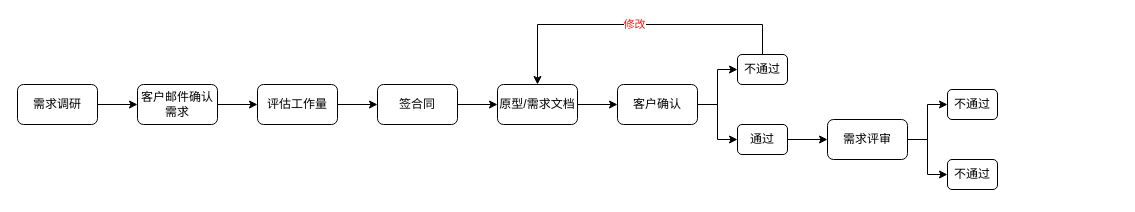
ammengke/my-drawio keeps this draw.io diagram as 需求评审流程.drawio. Above is the earlier version. Source tidied: cells renumbered, new cells numbered last; positions are measured from the earlier drawing's top-left corner, leaving out a move shared by most shapes. Both pictures are drawn from the tidied source at 100%, with x=0, y=0 at pixel (17, 24).
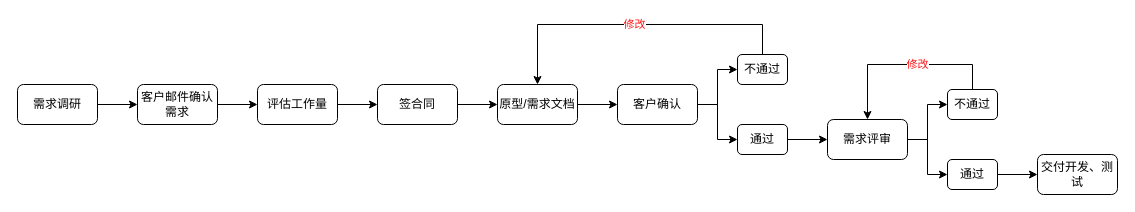
Above is the later version.

Commit message (it also covers changes not shown here):
Update 需求评审流程.drawio

The change refers to these unchanged cells:
```xml
<mxCell id="21" value="需求评审" style="rounded=1;whiteSpace=wrap;html=1;" parent="1" vertex="1">
  <mxGeometry x="810" y="95" width="80" height="40" as="geometry" />
</mxCell>
<mxCell id="22" value="不通过" style="rounded=1;whiteSpace=wrap;html=1;" parent="1" vertex="1">
  <mxGeometry x="930" y="65" width="50" height="30" as="geometry" />
</mxCell>
```

What changed in the source:
```diff
@@
+    <mxCell id="24" value="修改" style="edgeStyle=orthogonalEdgeStyle;rounded=0;jettySize=auto;html=1;entryX=0.5;entryY=0;entryDx=0;entryDy=0;fontColor=#FF1717;" parent="1" edge="1" source="22" target="21">
+      <mxGeometry x="-0.14" relative="1" as="geometry">
+        <Array as="points">
+          <mxPoint x="955" y="40" />
+          <mxPoint x="850" y="40" />
+        </Array>
+      </mxGeometry>
+    </mxCell>
@@
+    <mxCell id="25" style="edgeStyle=orthogonalEdgeStyle;rounded=0;jettySize=auto;html=1;fontColor=#FF1717;" parent="1" edge="1" source="23" target="26">
+      <mxGeometry relative="1" as="geometry" />
+    </mxCell>
-    <mxCell id="23" value="不通过" style="rounded=1;whiteSpace=wrap;html=1;" parent="1" vertex="1">
+    <mxCell id="23" value="通过" style="rounded=1;whiteSpace=wrap;html=1;" parent="1" vertex="1">
       <mxGeometry x="930" y="135" width="50" height="30" as="geometry" />
     </mxCell>
+    <mxCell id="26" value="交付开发、测试" style="rounded=1;whiteSpace=wrap;html=1;" parent="1" vertex="1">
+      <mxGeometry x="1020" y="130" width="80" height="40" as="geometry" />
+    </mxCell>
```
